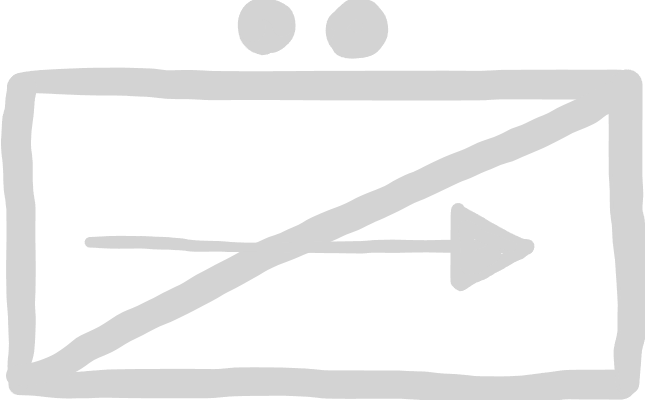
Earlier version of the Excalidraw export factions/nato-symbols/blufor/fernspaeher.excalidraw.png (christsven/H.E.A.T). Source tidied: one line per element, renumbered; positions are measured from the earlier drawing's top-left corner, leaving out a move shared by most shapes.
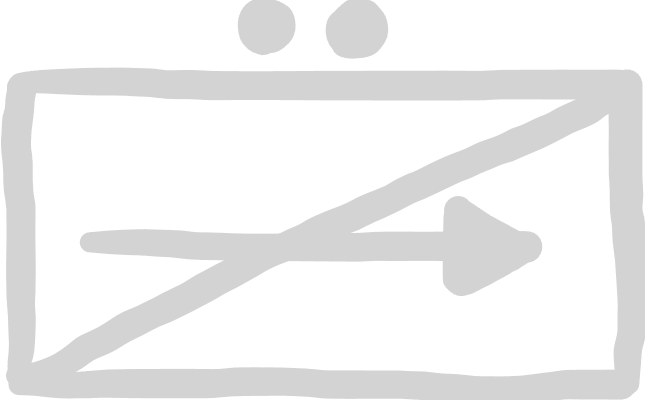
Later version of the same file.

Change to the diagram source:
```diff
@@ -10,6 +10,6 @@
 {"id": 9, "type": "line", "strokeColor": "#1e1e1e", "strokeWidth": 4, "roughness": 1, "round": true, "x": 619, "y": 80, "width": 619, "height": 289, "points": [[0, 0], [-619, 289]]}
 {"id": 10, "type": "freedraw", "strokeColor": "#1e1e1e", "strokeWidth": 4, "roughness": 1, "x": 6, "y": 366, "width": 607, "height": 284, "points": [[0, 0], [24, -4], [45, -10], [58, -19], [84, -34], [106, -47], [135, -61], [157, -71], [180, -83], [201, -95], [225, -107], [249, -121], [270, -128], [301, -145], [327, -155], [361, -170], [385, -182], [417, -197], [444, -209], [468, -220], [492, -229], [516, -239], [538, -250], [561, -260], [580, -271], [592, -277], [604, -283]]}
 {"id": 11, "type": "freedraw", "strokeColor": "#1e1e1e", "strokeWidth": 4, "roughness": 1, "x": 619, "y": 374, "width": 8, "height": 300, "points": [[0, 0], [0, -9], [0, -16], [0, -25], [0, -33], [3, -48], [5, -60], [6, -75], [6, -84], [5, -99], [4, -114], [4, -123], [2, -132], [2, -144], [1, -160], [-1, -169], [-1, -178], [-1, -187], [-2, -202], [-2, -214], [-2, -223], [-2, -232], [-2, -246], [-2, -259], [-2, -268], [-2, -279], [-2, -286], [-2, -295]]}
-{"id": 12, "type": "freedraw", "strokeColor": "#1e1e1e", "strokeWidth": 2, "roughness": 1, "x": 79, "y": 232, "width": 438, "height": 5, "points": [[0, 0], [7, 0], [15, 0], [27, 0], [48, 0], [64, 1], [85, 2], [112, 4], [142, 5], [174, 5], [199, 5], [220, 5], [241, 5], [259, 5], [277, 5], [292, 4], [304, 4], [327, 4], [346, 4], [361, 4], [379, 4], [390, 4], [397, 4], [406, 4], [418, 4], [429, 4], [436, 4]]}
+{"id": 12, "type": "freedraw", "strokeColor": "#1e1e1e", "strokeWidth": 4, "roughness": 1, "x": 79, "y": 232, "width": 438, "height": 5, "points": [[0, 0], [7, 0], [15, 0], [27, 0], [48, 0], [64, 1], [85, 2], [112, 4], [142, 5], [174, 5], [199, 5], [220, 5], [241, 5], [259, 5], [277, 5], [292, 4], [304, 4], [327, 4], [346, 4], [361, 4], [379, 4], [390, 4], [397, 4], [406, 4], [418, 4], [429, 4], [436, 4]]}
-{"id": 13, "type": "freedraw", "strokeColor": "#1e1e1e", "strokeWidth": 2, "roughness": 1, "x": 517, "y": 236, "width": 70, "height": 76, "points": [[0, 0], [-12, -4], [-25, -10], [-33, -15], [-42, -19], [-46, -22], [-58, -28], [-66, -33], [-70, -37], [-70, -30], [-70, -21], [-70, -14], [-70, -6], [-70, 1], [-70, 10], [-70, 18], [-70, 25], [-70, 33], [-69, 39], [-63, 35], [-56, 30], [-47, 26], [-39, 23], [-32, 18], [-26, 15], [-20, 12], [-14, 9], [-8, 6], [-2, 2]]}
+{"id": 13, "type": "freedraw", "strokeColor": "#1e1e1e", "strokeWidth": 4, "roughness": 1, "x": 517, "y": 236, "width": 70, "height": 76, "points": [[0, 0], [-12, -4], [-25, -10], [-33, -15], [-42, -19], [-46, -22], [-58, -28], [-66, -33], [-70, -37], [-70, -30], [-70, -21], [-70, -14], [-70, -6], [-70, 1], [-70, 10], [-70, 18], [-70, 25], [-70, 33], [-69, 39], [-63, 35], [-56, 30], [-47, 26], [-39, 23], [-32, 18], [-26, 15], [-20, 12], [-14, 9], [-8, 6], [-2, 2]]}
-{"id": 14, "type": "freedraw", "strokeColor": "#1e1e1e", "strokeWidth": 2, "roughness": 1, "x": 501, "y": 236, "width": 47, "height": 43, "points": [[0, 0], [-6, -1], [-17, -6], [-27, -9], [-32, -10], [-36, -13], [-42, -18], [-47, -21], [-47, -15], [-46, -9], [-44, -3], [-44, 4], [-44, 10], [-44, 16], [-44, 22], [-38, 15], [-35, 11], [-29, 9], [-23, 6], [-19, 5], [-17, 7], [-23, 12], [-30, 15], [-33, 18], [-36, 21]]}
+{"id": 14, "type": "freedraw", "strokeColor": "#1e1e1e", "strokeWidth": 4, "roughness": 1, "x": 501, "y": 236, "width": 47, "height": 43, "points": [[0, 0], [-6, -1], [-17, -6], [-27, -9], [-32, -10], [-36, -13], [-42, -18], [-47, -21], [-47, -15], [-46, -9], [-44, -3], [-44, 4], [-44, 10], [-44, 16], [-44, 22], [-38, 15], [-35, 11], [-29, 9], [-23, 6], [-19, 5], [-17, 7], [-23, 12], [-30, 15], [-33, 18], [-36, 21]]}
```
